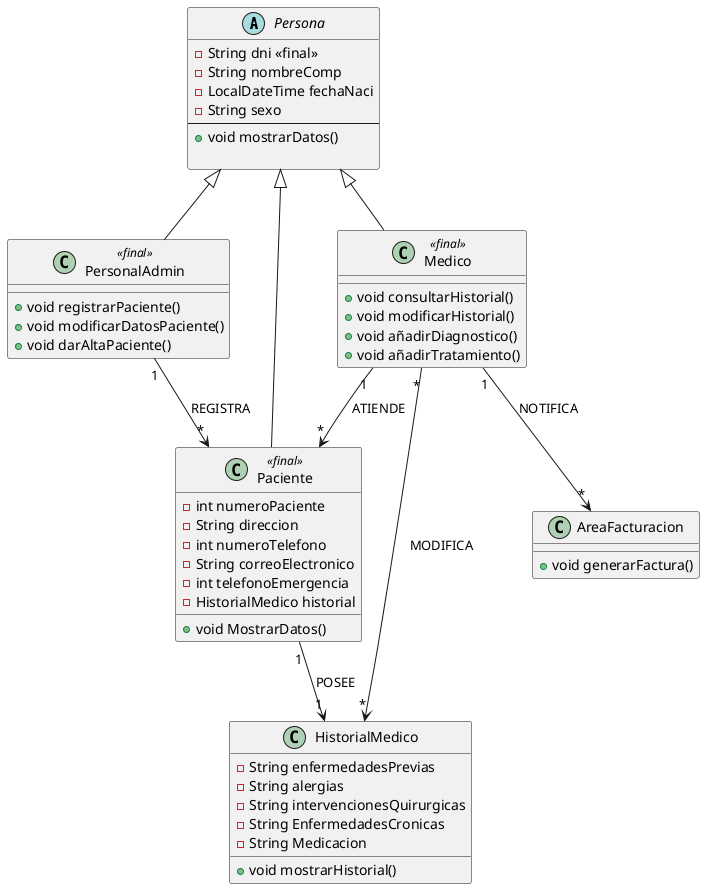
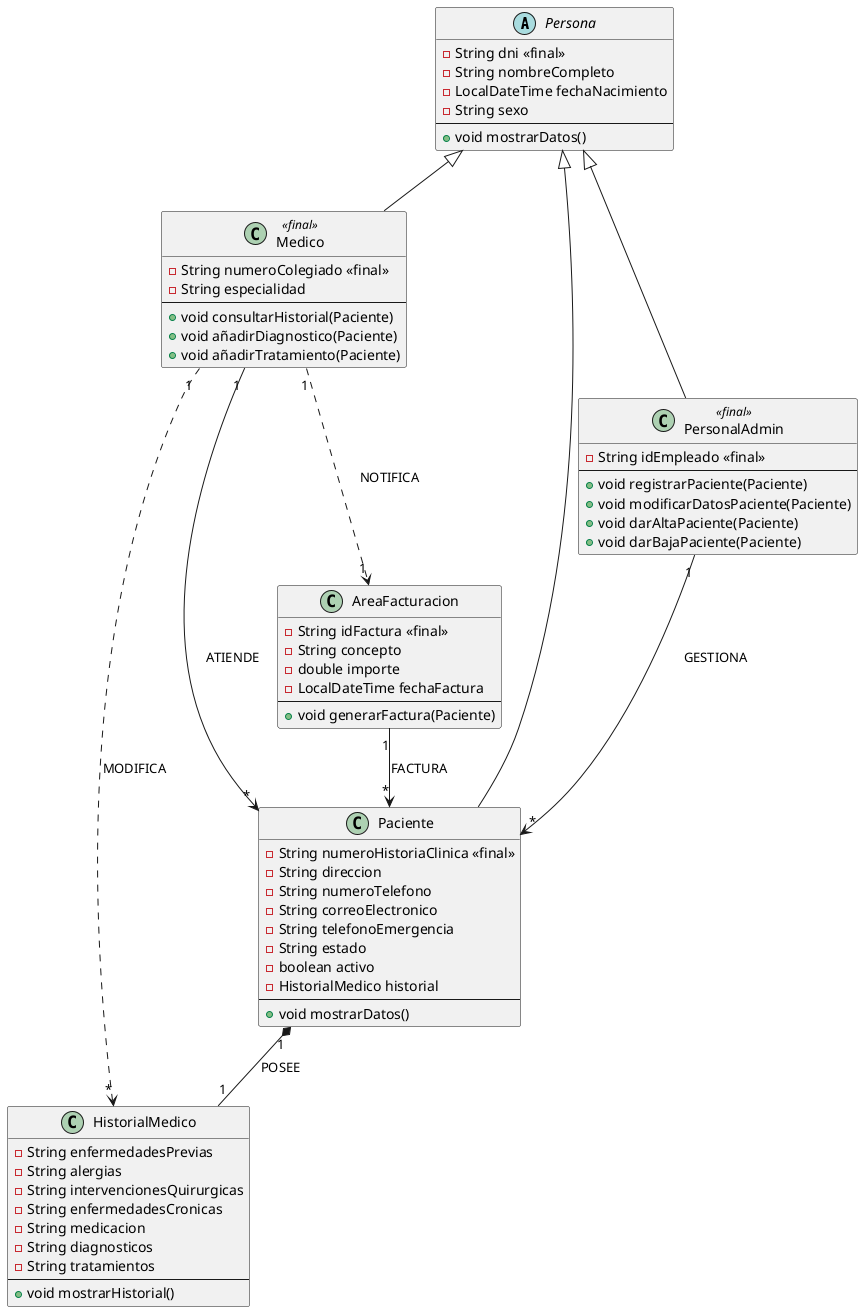
@startuml

- abstract class Persona{
+ abstract class Persona {
    - String dni <<final>>
-     - String nombreComp
-     - LocalDateTime fechaNaci
+     - String nombreCompleto
+     - LocalDateTime fechaNacimiento
    - String sexo
    ---
    + void mostrarDatos()
- 
}

- class PersonalAdmin <<final>>{
- 
-     + void registrarPaciente()
-     + void modificarDatosPaciente()
-     + void darAltaPaciente()
- 
+ class PersonalAdmin <<final>> {
+     - String idEmpleado <<final>>
+     ---
+     + void registrarPaciente(Paciente)
+     + void modificarDatosPaciente(Paciente)
+     + void darAltaPaciente(Paciente)
+     + void darBajaPaciente(Paciente)
}

- class Paciente <<final>>{
- 
-     - int numeroPaciente
-     - String direccion
-     - int numeroTelefono
-     - String correoElectronico
-     - int telefonoEmergencia
-     - HistorialMedico historial
- 
-     + void MostrarDatos()
- 
+ class Medico <<final>> {
+     - String numeroColegiado <<final>>
+     - String especialidad
+     ---
+     + void consultarHistorial(Paciente)
+     + void añadirDiagnostico(Paciente)
+     + void añadirTratamiento(Paciente)
}

- class HistorialMedico{
+ class Paciente {
+     - String numeroHistoriaClinica <<final>>
+     - String direccion
+     - String numeroTelefono
+     - String correoElectronico
+     - String telefonoEmergencia
+     - String estado
+     - boolean activo
+     - HistorialMedico historial
+     ---
+     + void mostrarDatos()
+ }

+ class HistorialMedico {
    - String enfermedadesPrevias
    - String alergias
    - String intervencionesQuirurgicas
-     - String EnfermedadesCronicas
-     - String Medicacion
- 
+     - String enfermedadesCronicas
+     - String medicacion
+     - String diagnosticos
+     - String tratamientos
+     ---
    + void mostrarHistorial()
}

- class Medico <<final>> {
-     + void consultarHistorial()
-     + void modificarHistorial()
-     + void añadirDiagnostico()
-     + void añadirTratamiento()
+ class AreaFacturacion {
+     - String idFactura <<final>>
+     - String concepto
+     - double importe
+     - LocalDateTime fechaFactura
+     ---
+     + void generarFactura(Paciente)
}

- class AreaFacturacion{
-     + void generarFactura()
+ ' Herencia
+ Persona        <|-- PersonalAdmin
+ Persona        <|-- Medico
+ Persona        <|-- Paciente

- }
+ ' Composicion
+ Paciente "1" *-- "1" HistorialMedico : POSEE

+ ' Asociaciones
+ PersonalAdmin   "1"  -->  "*" Paciente        : GESTIONA
+ Medico          "1"  -->  "*" Paciente        : ATIENDE
+ Medico          "1"  ..>  "*" HistorialMedico : MODIFICA
+ Medico          "1"  ..>  "1"    AreaFacturacion : NOTIFICA
+ AreaFacturacion "1"  -->  "*" Paciente        : FACTURA

- Persona <|-- Paciente
- Persona <|-- Medico
- Persona <|-- PersonalAdmin
- Paciente "1" --> "1" HistorialMedico : POSEE
- PersonalAdmin "1" --> "*" Paciente : REGISTRA
- Medico "*" --> "*" HistorialMedico : MODIFICA
- Medico "1" --> "*" AreaFacturacion : NOTIFICA
- Medico "1" --> "*" Paciente : ATIENDE
- @enduml
+ @enduml